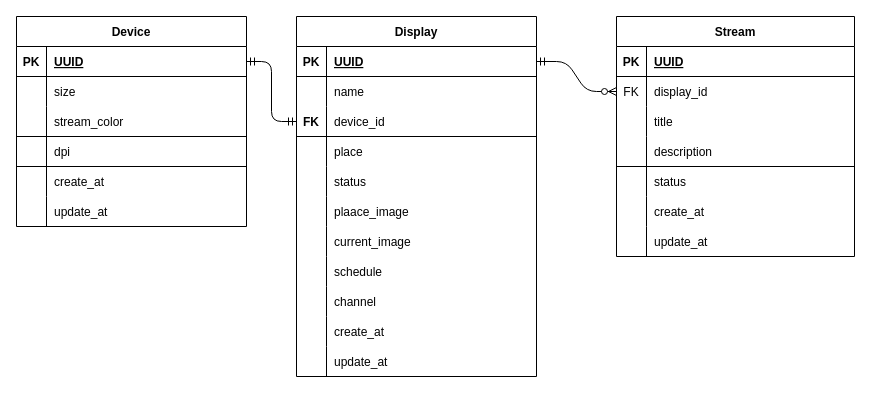
This is display_er_model.drawio from monosparta/borrow_meetingroom_display, a draw.io file, before an edit. Source tidied: cells renumbered, new cells numbered last; positions are measured from the earlier drawing's top-left corner, leaving out a move shared by most shapes. Both pictures are drawn from the tidied source at 100%, with x=0, y=0 at pixel (16, 16).
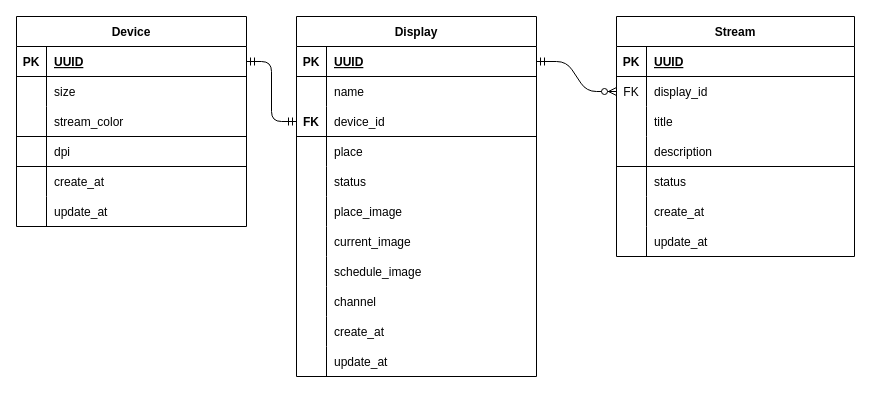
The same page after the edit.

Commit message:
fix: typo and incomplete fields

Unchanged cells that the change refers to:
```xml
<mxCell id="40" style="shape=tableRow;horizontal=0;startSize=0;swimlaneHead=0;swimlaneBody=0;fillColor=none;top=0;left=0;right=0;bottom=0;fontColor=default;" parent="24" vertex="1">
  <mxGeometry y="180" width="240" height="30" as="geometry" />
</mxCell>
<mxCell id="46" style="shape=tableRow;horizontal=0;startSize=0;swimlaneHead=0;swimlaneBody=0;fillColor=none;top=0;left=0;right=0;bottom=0;fontColor=default;" parent="24" vertex="1">
  <mxGeometry y="240" width="240" height="30" as="geometry" />
</mxCell>
```

What changed in the source:
```diff
@@
-    <mxCell id="42" value="plaace_image" style="shape=partialRectangle;fillColor=none;top=0;left=0;bottom=0;right=0;align=left;spacingLeft=6;overflow=hidden;strokeColor=#FF0000;fontColor=default;" parent="40" vertex="1">
+    <mxCell id="42" value="place_image" style="shape=partialRectangle;fillColor=none;top=0;left=0;bottom=0;right=0;align=left;spacingLeft=6;overflow=hidden;strokeColor=#FF0000;fontColor=default;" parent="40" vertex="1">
       <mxGeometry x="30" width="210" height="30" as="geometry" />
     </mxCell>
@@
-    <mxCell id="48" value="schedule" style="shape=partialRectangle;fillColor=none;top=0;left=0;bottom=0;right=0;align=left;spacingLeft=6;overflow=hidden;strokeColor=#FF0000;fontColor=default;" parent="46" vertex="1">
+    <mxCell id="48" value="schedule_image" style="shape=partialRectangle;fillColor=none;top=0;left=0;bottom=0;right=0;align=left;spacingLeft=6;overflow=hidden;strokeColor=#FF0000;fontColor=default;" parent="46" vertex="1">
       <mxGeometry x="30" width="210" height="30" as="geometry" />
     </mxCell>
```
